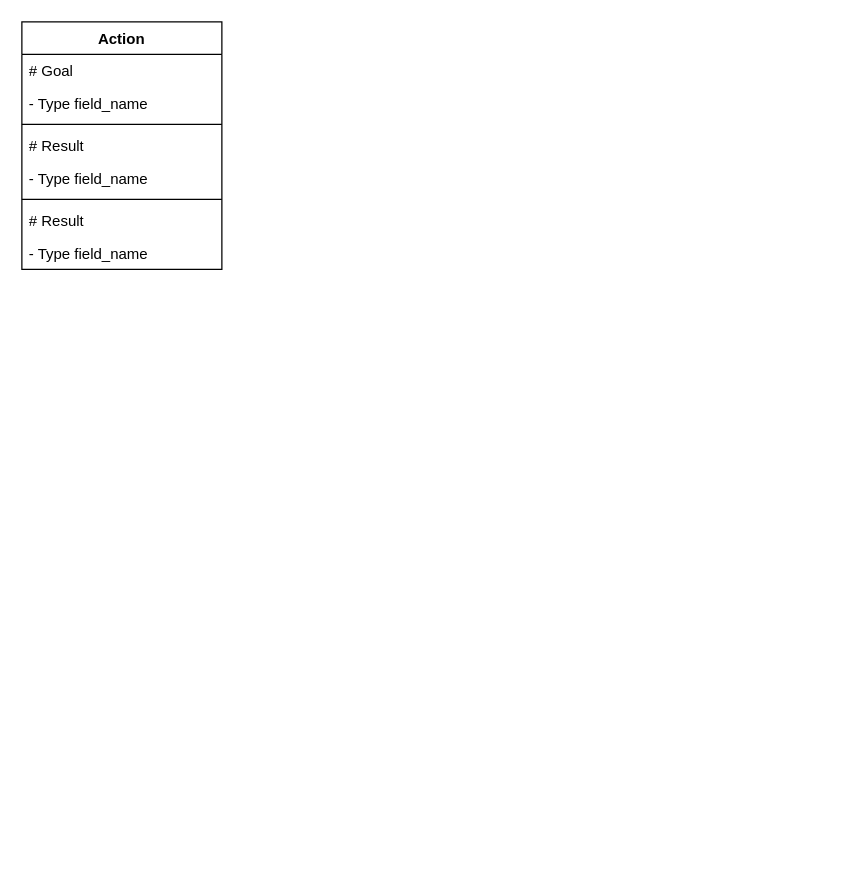
This is Actions.drawio from Woolfrey/interface_serial_link, a draw.io file, before an edit. Source tidied: cells renumbered, new cells numbered last; positions are measured from the earlier drawing's top-left corner, leaving out a move shared by most shapes. Both pictures are drawn from the tidied source at 125%, with x=0, y=0 at pixel (21, 21).
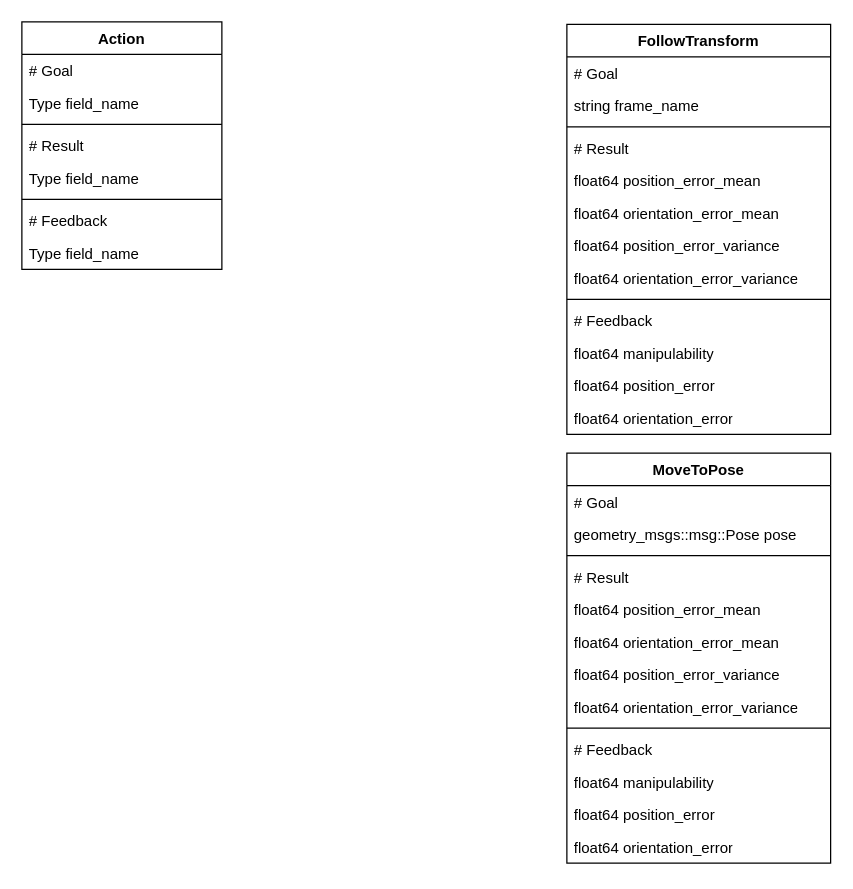
The same diagram, later.

The change refers to these unchanged cells:
```xml
<mxCell id="2" value="Action" style="swimlane;fontStyle=1;align=center;verticalAlign=top;horizontal=1;startSize=26;whiteSpace=wrap;html=1;" parent="1" vertex="1">
  <mxGeometry width="160" height="198" as="geometry" />
</mxCell>
```

Diff of the diagram source:
```diff
@@
-    <mxCell id="4" value="- Type field_name" style="text;strokeColor=none;fillColor=none;align=left;verticalAlign=top;spacingLeft=4;spacingRight=4;overflow=hidden;whiteSpace=wrap;html=1;" parent="2" vertex="1">
+    <mxCell id="4" value="Type field_name" style="text;strokeColor=none;fillColor=none;align=left;verticalAlign=top;spacingLeft=4;spacingRight=4;overflow=hidden;whiteSpace=wrap;html=1;" parent="2" vertex="1">
       <mxGeometry y="52" width="160" height="26" as="geometry" />
     </mxCell>
@@
-    <mxCell id="7" value="- Type field_name" style="text;strokeColor=none;fillColor=none;align=left;verticalAlign=top;spacingLeft=4;spacingRight=4;overflow=hidden;whiteSpace=wrap;html=1;" parent="2" vertex="1">
+    <mxCell id="7" value="Type field_name" style="text;strokeColor=none;fillColor=none;align=left;verticalAlign=top;spacingLeft=4;spacingRight=4;overflow=hidden;whiteSpace=wrap;html=1;" parent="2" vertex="1">
       <mxGeometry y="112" width="160" height="26" as="geometry" />
     </mxCell>
@@
-    <mxCell id="9" value="# Result" style="text;strokeColor=none;fillColor=none;align=left;verticalAlign=top;spacingLeft=4;spacingRight=4;overflow=hidden;whiteSpace=wrap;html=1;" parent="2" vertex="1">
+    <mxCell id="9" value="# Feedback" style="text;strokeColor=none;fillColor=none;align=left;verticalAlign=top;spacingLeft=4;spacingRight=4;overflow=hidden;whiteSpace=wrap;html=1;" parent="2" vertex="1">
       <mxGeometry y="146" width="160" height="26" as="geometry" />
     </mxCell>
-    <mxCell id="10" value="- Type field_name" style="text;strokeColor=none;fillColor=none;align=left;verticalAlign=top;spacingLeft=4;spacingRight=4;overflow=hidden;whiteSpace=wrap;html=1;" parent="2" vertex="1">
+    <mxCell id="10" value="Type field_name" style="text;strokeColor=none;fillColor=none;align=left;verticalAlign=top;spacingLeft=4;spacingRight=4;overflow=hidden;whiteSpace=wrap;html=1;" parent="2" vertex="1">
       <mxGeometry y="172" width="160" height="26" as="geometry" />
     </mxCell>
+    <mxCell id="11" value="FollowTransform" style="swimlane;fontStyle=1;align=center;verticalAlign=top;horizontal=1;startSize=26;whiteSpace=wrap;html=1;" parent="1" vertex="1">
+      <mxGeometry x="436" y="2" width="211" height="328" as="geometry" />
+    </mxCell>
+    <mxCell id="12" value="&lt;div&gt;# Goal&lt;/div&gt;" style="text;strokeColor=none;fillColor=none;align=left;verticalAlign=top;spacingLeft=4;spacingRight=4;overflow=hidden;whiteSpace=wrap;html=1;" parent="11" vertex="1">
+      <mxGeometry y="26" width="211" height="26" as="geometry" />
+    </mxCell>
+    <mxCell id="13" value="string frame_name" style="text;strokeColor=none;fillColor=none;align=left;verticalAlign=top;spacingLeft=4;spacingRight=4;overflow=hidden;whiteSpace=wrap;html=1;" parent="11" vertex="1">
+      <mxGeometry y="52" width="211" height="26" as="geometry" />
+    </mxCell>
+    <mxCell id="14" style="line;strokeWidth=1;fillColor=none;align=left;verticalAlign=middle;spacingTop=-1;spacingLeft=3;spacingRight=3;labelPosition=right;strokeColor=inherit;" parent="11" vertex="1">
+      <mxGeometry y="78" width="211" height="8" as="geometry" />
+    </mxCell>
+    <mxCell id="15" value="# Result" style="text;strokeColor=none;fillColor=none;align=left;verticalAlign=top;spacingLeft=4;spacingRight=4;overflow=hidden;whiteSpace=wrap;html=1;" parent="11" vertex="1">
+      <mxGeometry y="86" width="211" height="26" as="geometry" />
+    </mxCell>
+    <mxCell id="16" value="float64 position_error_mean" style="text;strokeColor=none;fillColor=none;align=left;verticalAlign=top;spacingLeft=4;spacingRight=4;overflow=hidden;whiteSpace=wrap;html=1;" parent="11" vertex="1">
+      <mxGeometry y="112" width="211" height="26" as="geometry" />
+    </mxCell>
+    <mxCell id="17" value="float64 orientation_error_mean" style="text;strokeColor=none;fillColor=none;align=left;verticalAlign=top;spacingLeft=4;spacingRight=4;overflow=hidden;whiteSpace=wrap;html=1;" parent="11" vertex="1">
+      <mxGeometry y="138" width="211" height="26" as="geometry" />
+    </mxCell>
+    <mxCell id="18" value="float64 position_error_variance" style="text;strokeColor=none;fillColor=none;align=left;verticalAlign=top;spacingLeft=4;spacingRight=4;overflow=hidden;whiteSpace=wrap;html=1;" parent="11" vertex="1">
+      <mxGeometry y="164" width="211" height="26" as="geometry" />
+    </mxCell>
+    <mxCell id="19" value="float64 orientation_error_variance" style="text;strokeColor=none;fillColor=none;align=left;verticalAlign=top;spacingLeft=4;spacingRight=4;overflow=hidden;whiteSpace=wrap;html=1;" parent="11" vertex="1">
+      <mxGeometry y="190" width="211" height="26" as="geometry" />
+    </mxCell>
+    <mxCell id="20" style="line;strokeWidth=1;fillColor=none;align=left;verticalAlign=middle;spacingTop=-1;spacingLeft=3;spacingRight=3;labelPosition=right;strokeColor=inherit;" parent="11" vertex="1">
+      <mxGeometry y="216" width="211" height="8" as="geometry" />
+    </mxCell>
+    <mxCell id="21" value="# Feedback" style="text;strokeColor=none;fillColor=none;align=left;verticalAlign=top;spacingLeft=4;spacingRight=4;overflow=hidden;whiteSpace=wrap;html=1;" parent="11" vertex="1">
+      <mxGeometry y="224" width="211" height="26" as="geometry" />
+    </mxCell>
+    <mxCell id="22" value="float64 manipulability" style="text;strokeColor=none;fillColor=none;align=left;verticalAlign=top;spacingLeft=4;spacingRight=4;overflow=hidden;whiteSpace=wrap;html=1;" parent="11" vertex="1">
+      <mxGeometry y="250" width="211" height="26" as="geometry" />
+    </mxCell>
+    <mxCell id="23" value="float64 position_error" style="text;strokeColor=none;fillColor=none;align=left;verticalAlign=top;spacingLeft=4;spacingRight=4;overflow=hidden;whiteSpace=wrap;html=1;" parent="11" vertex="1">
+      <mxGeometry y="276" width="211" height="26" as="geometry" />
+    </mxCell>
+    <mxCell id="24" value="float64 orientation_error" style="text;strokeColor=none;fillColor=none;align=left;verticalAlign=top;spacingLeft=4;spacingRight=4;overflow=hidden;whiteSpace=wrap;html=1;" parent="11" vertex="1">
+      <mxGeometry y="302" width="211" height="26" as="geometry" />
+    </mxCell>
+    <mxCell id="25" value="MoveToPose" style="swimlane;fontStyle=1;align=center;verticalAlign=top;horizontal=1;startSize=26;whiteSpace=wrap;html=1;" parent="1" vertex="1">
+      <mxGeometry x="436" y="345" width="211" height="328" as="geometry" />
+    </mxCell>
+    <mxCell id="26" value="&lt;div&gt;# Goal&lt;/div&gt;" style="text;strokeColor=none;fillColor=none;align=left;verticalAlign=top;spacingLeft=4;spacingRight=4;overflow=hidden;whiteSpace=wrap;html=1;" parent="25" vertex="1">
+      <mxGeometry y="26" width="211" height="26" as="geometry" />
+    </mxCell>
+    <mxCell id="27" value="geometry_msgs::msg::Pose pose" style="text;strokeColor=none;fillColor=none;align=left;verticalAlign=top;spacingLeft=4;spacingRight=4;overflow=hidden;whiteSpace=wrap;html=1;" parent="25" vertex="1">
+      <mxGeometry y="52" width="211" height="26" as="geometry" />
+    </mxCell>
+    <mxCell id="28" style="line;strokeWidth=1;fillColor=none;align=left;verticalAlign=middle;spacingTop=-1;spacingLeft=3;spacingRight=3;labelPosition=right;strokeColor=inherit;" parent="25" vertex="1">
+      <mxGeometry y="78" width="211" height="8" as="geometry" />
+    </mxCell>
+    <mxCell id="29" value="# Result" style="text;strokeColor=none;fillColor=none;align=left;verticalAlign=top;spacingLeft=4;spacingRight=4;overflow=hidden;whiteSpace=wrap;html=1;" parent="25" vertex="1">
+      <mxGeometry y="86" width="211" height="26" as="geometry" />
+    </mxCell>
+    <mxCell id="30" value="float64 position_error_mean" style="text;strokeColor=none;fillColor=none;align=left;verticalAlign=top;spacingLeft=4;spacingRight=4;overflow=hidden;whiteSpace=wrap;html=1;" parent="25" vertex="1">
+      <mxGeometry y="112" width="211" height="26" as="geometry" />
+    </mxCell>
+    <mxCell id="31" value="float64 orientation_error_mean" style="text;strokeColor=none;fillColor=none;align=left;verticalAlign=top;spacingLeft=4;spacingRight=4;overflow=hidden;whiteSpace=wrap;html=1;" parent="25" vertex="1">
+      <mxGeometry y="138" width="211" height="26" as="geometry" />
+    </mxCell>
+    <mxCell id="32" value="float64 position_error_variance" style="text;strokeColor=none;fillColor=none;align=left;verticalAlign=top;spacingLeft=4;spacingRight=4;overflow=hidden;whiteSpace=wrap;html=1;" parent="25" vertex="1">
+      <mxGeometry y="164" width="211" height="26" as="geometry" />
+    </mxCell>
+    <mxCell id="33" value="float64 orientation_error_variance" style="text;strokeColor=none;fillColor=none;align=left;verticalAlign=top;spacingLeft=4;spacingRight=4;overflow=hidden;whiteSpace=wrap;html=1;" parent="25" vertex="1">
+      <mxGeometry y="190" width="211" height="26" as="geometry" />
+    </mxCell>
+    <mxCell id="34" style="line;strokeWidth=1;fillColor=none;align=left;verticalAlign=middle;spacingTop=-1;spacingLeft=3;spacingRight=3;labelPosition=right;strokeColor=inherit;" parent="25" vertex="1">
+      <mxGeometry y="216" width="211" height="8" as="geometry" />
+    </mxCell>
+    <mxCell id="35" value="# Feedback" style="text;strokeColor=none;fillColor=none;align=left;verticalAlign=top;spacingLeft=4;spacingRight=4;overflow=hidden;whiteSpace=wrap;html=1;" parent="25" vertex="1">
+      <mxGeometry y="224" width="211" height="26" as="geometry" />
+    </mxCell>
+    <mxCell id="36" value="float64 manipulability" style="text;strokeColor=none;fillColor=none;align=left;verticalAlign=top;spacingLeft=4;spacingRight=4;overflow=hidden;whiteSpace=wrap;html=1;" parent="25" vertex="1">
+      <mxGeometry y="250" width="211" height="26" as="geometry" />
+    </mxCell>
+    <mxCell id="37" value="float64 position_error" style="text;strokeColor=none;fillColor=none;align=left;verticalAlign=top;spacingLeft=4;spacingRight=4;overflow=hidden;whiteSpace=wrap;html=1;" parent="25" vertex="1">
+      <mxGeometry y="276" width="211" height="26" as="geometry" />
+    </mxCell>
+    <mxCell id="38" value="float64 orientation_error" style="text;strokeColor=none;fillColor=none;align=left;verticalAlign=top;spacingLeft=4;spacingRight=4;overflow=hidden;whiteSpace=wrap;html=1;" parent="25" vertex="1">
+      <mxGeometry y="302" width="211" height="26" as="geometry" />
+    </mxCell>
```
